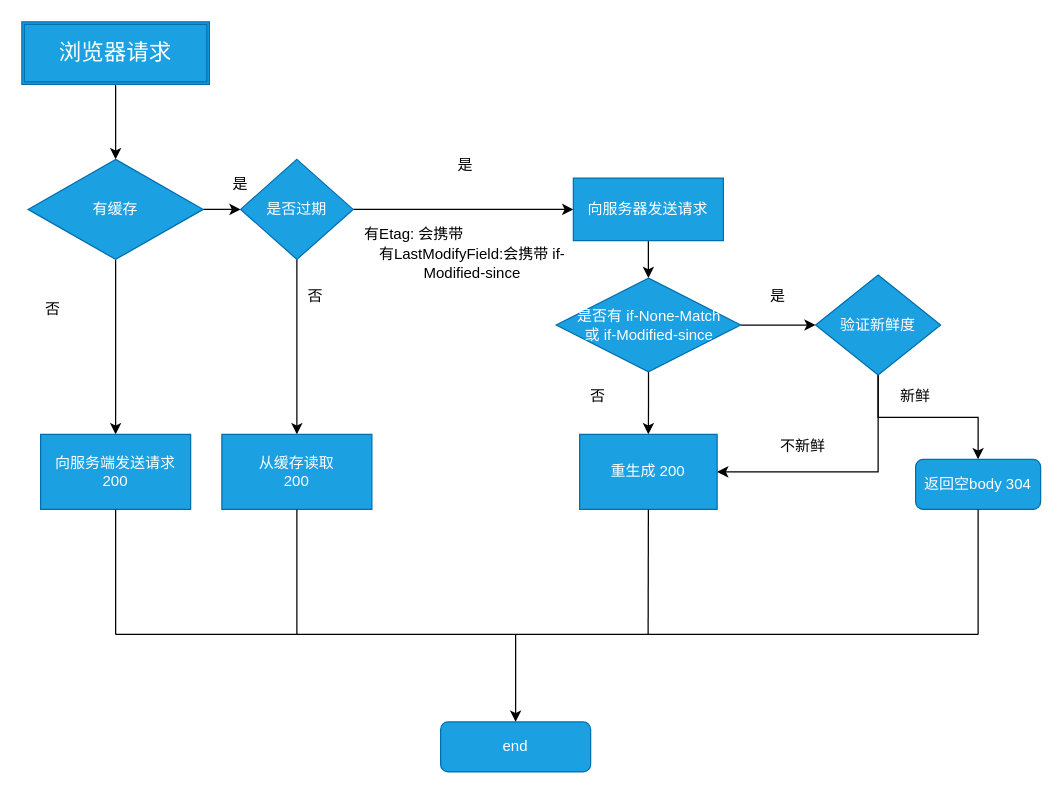
The draw.io diagram drawio/http-cache.drawio in htwm623/htwm-open-sesame, before the edit. Source tidied: cells renumbered, new cells numbered last; positions are measured from the earlier drawing's top-left corner, leaving out a move shared by most shapes. Both pictures are drawn from the tidied source at 125%, with x=0, y=0 at pixel (21, 21).
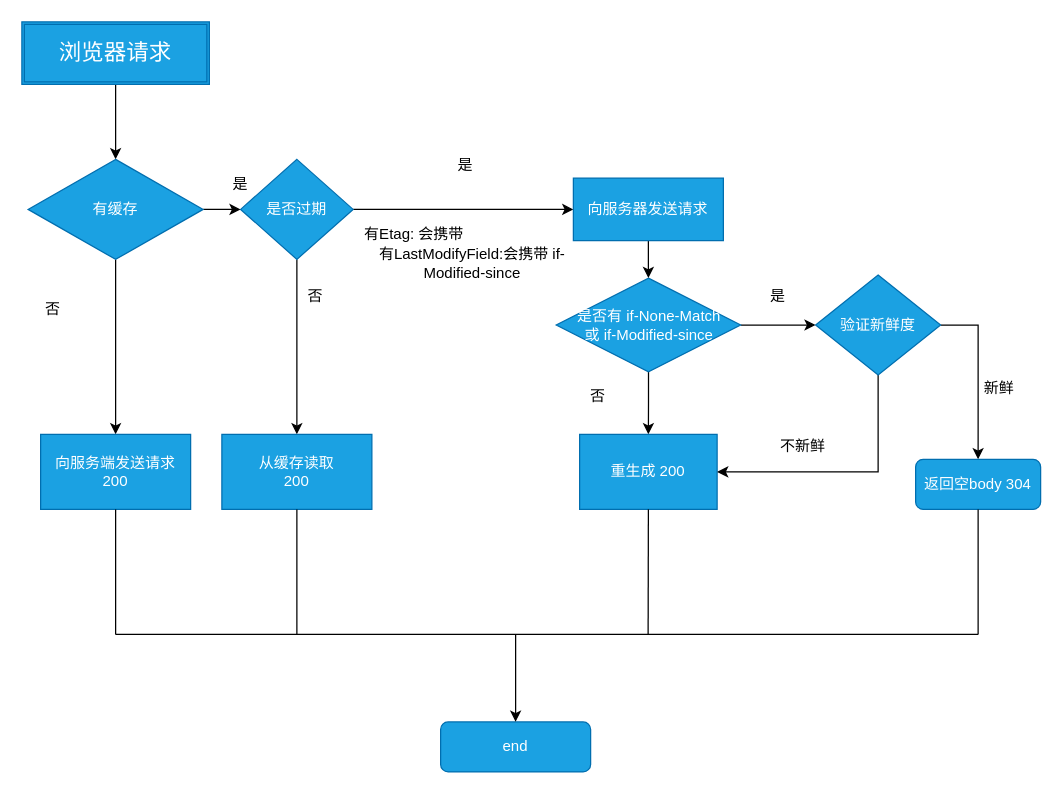
The same diagram, later.

Commit message:
修改http-cache 决策线

Unchanged cells that the change refers to:
```xml
<mxCell id="27" value="验证新鲜度" style="rhombus;whiteSpace=wrap;html=1;fillColor=#1ba1e2;strokeColor=#006EAF;fontColor=#ffffff;" parent="1" vertex="1">
  <mxGeometry x="635" y="202.5" width="100" height="80" as="geometry" />
</mxCell>
<mxCell id="28" value="返回空body 304" style="rounded=1;whiteSpace=wrap;html=1;fillColor=#1ba1e2;strokeColor=#006EAF;fontColor=#ffffff;" parent="1" vertex="1">
  <mxGeometry x="715" y="350" width="100" height="40" as="geometry" />
</mxCell>
```

The edit, as a diff of the source:
```diff
@@
-    <mxCell id="25" style="edgeStyle=orthogonalEdgeStyle;rounded=0;jettySize=auto;html=1;" parent="1" edge="1" source="27" target="28">
+    <mxCell id="25" style="edgeStyle=orthogonalEdgeStyle;rounded=0;jettySize=auto;html=1;exitX=1;exitY=0.5;exitDx=0;exitDy=0;" parent="1" edge="1" source="27" target="28">
       <mxGeometry relative="1" as="geometry" />
     </mxCell>
@@
     <mxCell id="29" value="新鲜" style="text;html=1;strokeColor=none;fillColor=none;align=center;verticalAlign=middle;whiteSpace=wrap;rounded=0;" parent="1" vertex="1">
-      <mxGeometry x="695" y="290" width="40" height="20" as="geometry" />
+      <mxGeometry x="762" y="282.5" width="40" height="20" as="geometry" />
     </mxCell>
```
